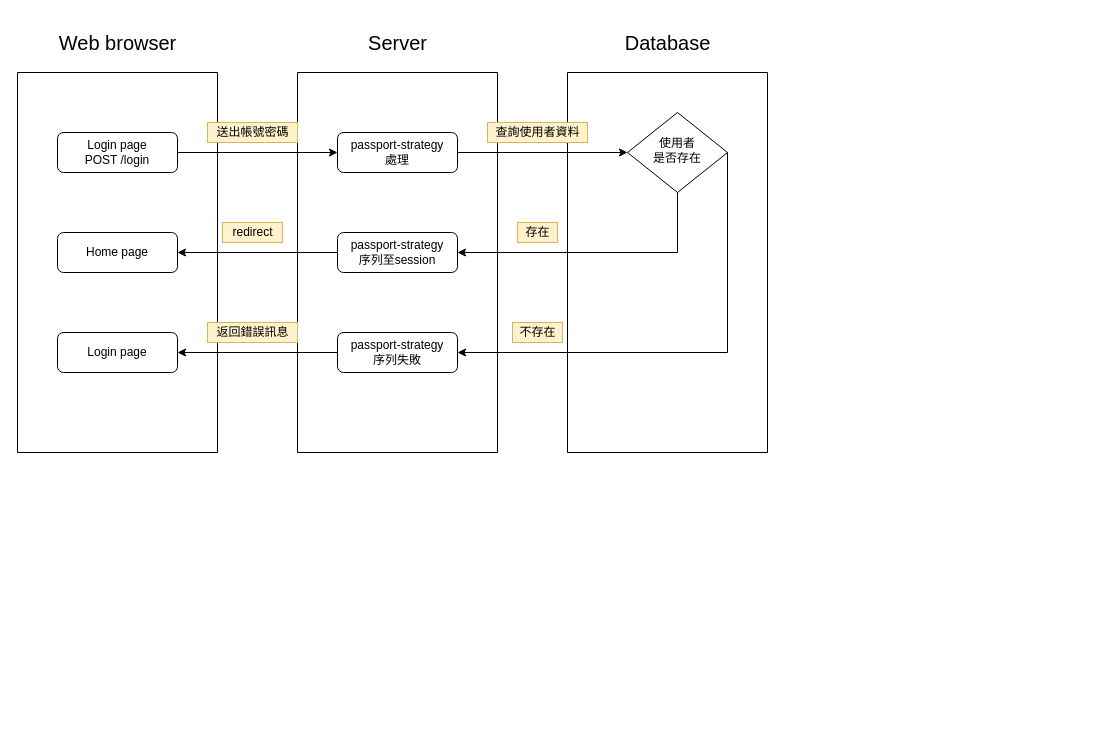
Earlier version of the draw.io diagram login.drawio (z88243310/bins). Source tidied: cells renumbered, new cells numbered last; positions are measured from the earlier drawing's top-left corner, leaving out a move shared by most shapes. Both pictures are drawn from the tidied source at 100%, with x=0, y=0 at pixel (17, 32).
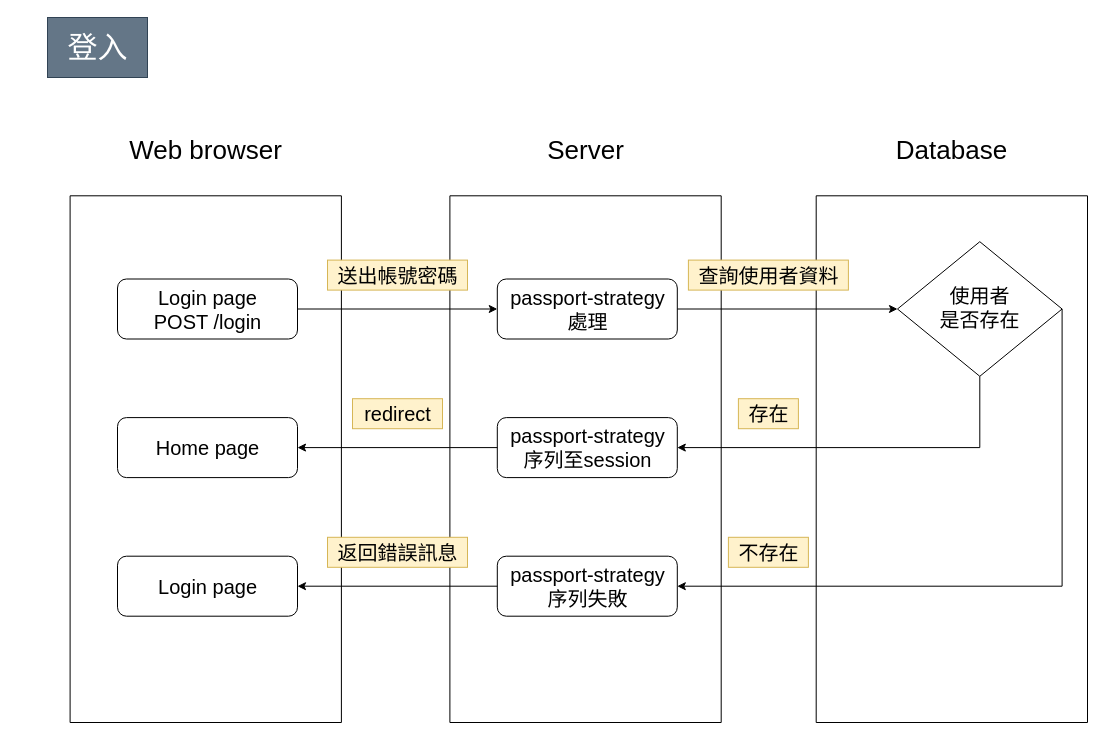
The same page after the edit.

Diff of the diagram source:
```diff
@@
+    <mxCell id="27" style="group;fontFamily=微軟正黑體;fontSize=20;" parent="1" vertex="1">
+      <mxGeometry x="20" y="-10" width="1050" height="700" as="geometry" />
+    </mxCell>
-    <mxCell id="2" style="swimlane;startSize=0;" parent="1" vertex="1">
-      <mxGeometry y="40" width="200" height="380" as="geometry" />
+    <mxCell id="2" style="swimlane;startSize=0;fontFamily=微軟正黑體;fontSize=20;" parent="27" vertex="1">
+      <mxGeometry x="32.6" y="173.3" width="271.3" height="526.7" as="geometry" />
     </mxCell>
-    <mxCell id="3" value="&lt;div&gt;Login page&lt;br&gt;&lt;/div&gt;&lt;div&gt;POST /login&lt;/div&gt;" style="rounded=1;whiteSpace=wrap;html=1;fontSize=12;glass=0;strokeWidth=1;shadow=0;" parent="2" vertex="1">
-      <mxGeometry x="40" y="60" width="120" height="40" as="geometry" />
+    <mxCell id="3" value="&lt;div style=&quot;font-size: 20px;&quot;&gt;Login page&lt;br style=&quot;font-size: 20px;&quot;&gt;&lt;/div&gt;&lt;div style=&quot;font-size: 20px;&quot;&gt;POST /login&lt;/div&gt;" style="rounded=1;html=1;fontSize=20;glass=0;strokeWidth=1;shadow=0;fontFamily=微軟正黑體;spacing=4;" parent="2" vertex="1">
+      <mxGeometry x="47.4" y="83.2" width="180" height="60" as="geometry" />
     </mxCell>
-    <mxCell id="4" value="Home page" style="rounded=1;whiteSpace=wrap;html=1;fontSize=12;glass=0;strokeWidth=1;shadow=0;" parent="2" vertex="1">
-      <mxGeometry x="40" y="160" width="120" height="40" as="geometry" />
+    <mxCell id="4" value="Home page" style="rounded=1;html=1;fontSize=20;glass=0;strokeWidth=1;shadow=0;fontFamily=微軟正黑體;spacing=4;" parent="2" vertex="1">
+      <mxGeometry x="47.4" y="221.8" width="180" height="60" as="geometry" />
     </mxCell>
-    <mxCell id="5" value="Login page" style="rounded=1;whiteSpace=wrap;html=1;fontSize=12;glass=0;strokeWidth=1;shadow=0;" parent="2" vertex="1">
-      <mxGeometry x="40" y="260" width="120" height="40" as="geometry" />
+    <mxCell id="5" value="Login page" style="rounded=1;html=1;fontSize=20;glass=0;strokeWidth=1;shadow=0;fontFamily=微軟正黑體;spacing=4;" parent="2" vertex="1">
+      <mxGeometry x="47.4" y="360.4" width="180" height="60" as="geometry" />
     </mxCell>
-    <mxCell id="6" style="swimlane;startSize=0;" parent="1" vertex="1">
-      <mxGeometry x="280" y="40" width="200" height="380" as="geometry" />
+    <mxCell id="6" style="swimlane;startSize=0;fontFamily=微軟正黑體;fontSize=20;" parent="27" vertex="1">
+      <mxGeometry x="412.4" y="173.3" width="271.3" height="526.7" as="geometry" />
     </mxCell>
-    <mxCell id="7" value="&lt;div&gt;passport-strategy&lt;/div&gt;&lt;div&gt;處理&lt;/div&gt;" style="rounded=1;whiteSpace=wrap;html=1;fontSize=12;glass=0;strokeWidth=1;shadow=0;" parent="6" vertex="1">
-      <mxGeometry x="40" y="60" width="120" height="40" as="geometry" />
+    <mxCell id="7" value="&lt;div style=&quot;font-size: 20px;&quot;&gt;passport-strategy&lt;/div&gt;&lt;div style=&quot;font-size: 20px;&quot;&gt;處理&lt;/div&gt;" style="rounded=1;html=1;fontSize=20;glass=0;strokeWidth=1;shadow=0;fontFamily=微軟正黑體;spacing=4;" parent="6" vertex="1">
+      <mxGeometry x="47.4" y="83.2" width="180" height="60" as="geometry" />
     </mxCell>
-    <mxCell id="8" value="&lt;div&gt;passport-strategy&lt;/div&gt;&lt;div&gt;序列至session&lt;br&gt;&lt;/div&gt;" style="rounded=1;whiteSpace=wrap;html=1;fontSize=12;glass=0;strokeWidth=1;shadow=0;" parent="6" vertex="1">
-      <mxGeometry x="40" y="160" width="120" height="40" as="geometry" />
+    <mxCell id="8" value="&lt;div style=&quot;font-size: 20px;&quot;&gt;passport-strategy&lt;/div&gt;&lt;div style=&quot;font-size: 20px;&quot;&gt;序列至session&lt;br style=&quot;font-size: 20px;&quot;&gt;&lt;/div&gt;" style="rounded=1;html=1;fontSize=20;glass=0;strokeWidth=1;shadow=0;fontFamily=微軟正黑體;spacing=4;" parent="6" vertex="1">
+      <mxGeometry x="47.4" y="221.8" width="180" height="60" as="geometry" />
     </mxCell>
-    <mxCell id="9" value="&lt;div&gt;passport-strategy&lt;/div&gt;&lt;div&gt;序列失敗&lt;br&gt;&lt;/div&gt;" style="rounded=1;whiteSpace=wrap;html=1;fontSize=12;glass=0;strokeWidth=1;shadow=0;" parent="6" vertex="1">
-      <mxGeometry x="40" y="260" width="120" height="40" as="geometry" />
+    <mxCell id="9" value="&lt;div style=&quot;font-size: 20px;&quot;&gt;passport-strategy&lt;/div&gt;&lt;div style=&quot;font-size: 20px;&quot;&gt;序列失敗&lt;br style=&quot;font-size: 20px;&quot;&gt;&lt;/div&gt;" style="rounded=1;html=1;fontSize=20;glass=0;strokeWidth=1;shadow=0;fontFamily=微軟正黑體;spacing=4;" parent="6" vertex="1">
+      <mxGeometry x="47.4" y="360.4" width="180" height="60" as="geometry" />
     </mxCell>
-    <mxCell id="10" style="swimlane;startSize=0;" parent="1" vertex="1">
-      <mxGeometry x="550" y="40" width="200" height="380" as="geometry" />
+    <mxCell id="10" style="swimlane;startSize=0;fontFamily=微軟正黑體;fontSize=20;" parent="27" vertex="1">
+      <mxGeometry x="778.7" y="173.3" width="271.3" height="526.7" as="geometry" />
     </mxCell>
-    <mxCell id="11" value="&lt;div&gt;使用者&lt;/div&gt;&lt;div&gt;是否存在&lt;/div&gt;" style="rhombus;whiteSpace=wrap;html=1;shadow=0;fontFamily=Helvetica;fontSize=12;align=center;strokeWidth=1;spacing=6;spacingTop=-4;" parent="10" vertex="1">
-      <mxGeometry x="60" y="40" width="100" height="80" as="geometry" />
+    <mxCell id="11" value="使用者&lt;br style=&quot;font-size: 20px;&quot;&gt;是否存在" style="rhombus;whiteSpace=wrap;shadow=0;fontFamily=微軟正黑體;fontSize=20;align=center;strokeWidth=1;spacing=6;spacingTop=-4;html=1;" parent="10" vertex="1">
+      <mxGeometry x="81.3" y="45.9" width="164.6" height="134.6" as="geometry" />
     </mxCell>
-    <mxCell id="12" style="edgeStyle=orthogonalEdgeStyle;rounded=0;jettySize=auto;html=1;entryX=0;entryY=0.5;entryDx=0;entryDy=0;" parent="1" edge="1" source="3" target="7">
+    <mxCell id="12" style="edgeStyle=orthogonalEdgeStyle;rounded=0;jettySize=auto;html=1;entryX=0;entryY=0.5;entryDx=0;entryDy=0;fontSize=20;fontFamily=微軟正黑體;" parent="27" edge="1" source="3" target="7">
       <mxGeometry relative="1" as="geometry" />
     </mxCell>
-    <mxCell id="13" value="送出帳號密碼" style="text;html=1;align=center;verticalAlign=middle;strokeColor=#d6b656;fillColor=#fff2cc;" parent="1" vertex="1">
-      <mxGeometry x="190" y="90" width="90" height="20" as="geometry" />
+    <mxCell id="13" value="送出帳號密碼" style="text;html=1;align=center;verticalAlign=middle;strokeColor=#d6b656;fillColor=#fff2cc;fontSize=20;fontFamily=微軟正黑體;" parent="27" vertex="1">
+      <mxGeometry x="290" y="237.6" width="140" height="30" as="geometry" />
     </mxCell>
-    <mxCell id="14" value="查詢使用者資料" style="text;html=1;align=center;verticalAlign=middle;strokeColor=#d6b656;fillColor=#fff2cc;" parent="1" vertex="1">
-      <mxGeometry x="470" y="90" width="100" height="20" as="geometry" />
+    <mxCell id="14" value="查詢使用者資料" style="text;html=1;align=center;verticalAlign=middle;strokeColor=#d6b656;fillColor=#fff2cc;fontSize=20;fontFamily=微軟正黑體;" parent="27" vertex="1">
+      <mxGeometry x="650.9" y="237.6" width="160" height="30" as="geometry" />
     </mxCell>
-    <mxCell id="15" style="edgeStyle=orthogonalEdgeStyle;rounded=0;jettySize=auto;html=1;entryX=0;entryY=0.5;entryDx=0;entryDy=0;" parent="1" edge="1" source="7" target="11">
+    <mxCell id="15" style="edgeStyle=orthogonalEdgeStyle;rounded=0;jettySize=auto;html=1;entryX=0;entryY=0.5;entryDx=0;entryDy=0;fontSize=20;fontFamily=微軟正黑體;" parent="27" edge="1" source="7" target="11">
       <mxGeometry relative="1" as="geometry" />
     </mxCell>
-    <mxCell id="16" style="edgeStyle=orthogonalEdgeStyle;rounded=0;jettySize=auto;html=1;entryX=1;entryY=0.5;entryDx=0;entryDy=0;" parent="1" edge="1" source="11" target="8">
+    <mxCell id="16" style="edgeStyle=orthogonalEdgeStyle;rounded=0;jettySize=auto;html=1;fontSize=20;fontFamily=微軟正黑體;exitX=0.5;exitY=1;exitDx=0;exitDy=0;entryX=1;entryY=0.5;entryDx=0;entryDy=0;" parent="27" edge="1" source="11" target="8">
       <mxGeometry relative="1" as="geometry">
         <Array as="points">
-          <mxPoint x="660" y="220" />
+          <mxPoint x="942" y="425" />
         </Array>
       </mxGeometry>
     </mxCell>
-    <mxCell id="17" value="存在" style="text;html=1;align=center;verticalAlign=middle;strokeColor=#d6b656;fillColor=#fff2cc;" parent="1" vertex="1">
-      <mxGeometry x="500" y="190" width="40" height="20" as="geometry" />
+    <mxCell id="17" value="存在" style="text;html=1;align=center;verticalAlign=middle;strokeColor=#d6b656;fillColor=#fff2cc;fontSize=20;fontFamily=微軟正黑體;" parent="27" vertex="1">
+      <mxGeometry x="700.9" y="376.2" width="60" height="30" as="geometry" />
     </mxCell>
-    <mxCell id="18" value="&lt;font style=&quot;font-size: 20px&quot;&gt;Web browser&lt;/font&gt;" style="text;html=1;align=center;verticalAlign=middle;" parent="1" vertex="1">
-      <mxGeometry x="35" width="130" height="20" as="geometry" />
+    <mxCell id="18" value="&lt;font style=&quot;font-size: 26px;&quot;&gt;Web browser&lt;/font&gt;" style="text;html=1;align=center;verticalAlign=middle;fontSize=26;fontFamily=微軟正黑體;" parent="27" vertex="1">
+      <mxGeometry x="78.2" y="107.8" width="180" height="40" as="geometry" />
     </mxCell>
-    <mxCell id="19" value="&lt;font style=&quot;font-size: 20px&quot;&gt;Server&lt;/font&gt;" style="text;html=1;align=center;verticalAlign=middle;" parent="1" vertex="1">
-      <mxGeometry x="345" width="70" height="20" as="geometry" />
+    <mxCell id="19" value="&lt;font style=&quot;font-size: 26px;&quot;&gt;Server&lt;/font&gt;" style="text;html=1;align=center;verticalAlign=middle;fontSize=26;fontFamily=微軟正黑體;" parent="27" vertex="1">
+      <mxGeometry x="503.1" y="107.8" width="90" height="40" as="geometry" />
     </mxCell>
-    <mxCell id="20" value="&lt;font style=&quot;font-size: 20px&quot;&gt;Database&lt;/font&gt;" style="text;html=1;align=center;verticalAlign=middle;" parent="1" vertex="1">
-      <mxGeometry x="600" width="100" height="20" as="geometry" />
+    <mxCell id="20" value="&lt;font style=&quot;font-size: 26px;&quot;&gt;Database&lt;/font&gt;" style="text;html=1;align=center;verticalAlign=middle;fontSize=26;fontFamily=微軟正黑體;" parent="27" vertex="1">
+      <mxGeometry x="849.3" y="107.8" width="130" height="40" as="geometry" />
     </mxCell>
-    <mxCell id="21" style="edgeStyle=orthogonalEdgeStyle;rounded=0;jettySize=auto;html=1;entryX=1;entryY=0.5;entryDx=0;entryDy=0;fontSize=20;" parent="1" edge="1" source="8" target="4">
+    <mxCell id="21" style="edgeStyle=orthogonalEdgeStyle;rounded=0;jettySize=auto;html=1;entryX=1;entryY=0.5;entryDx=0;entryDy=0;fontSize=20;fontFamily=微軟正黑體;" parent="27" edge="1" source="8" target="4">
       <mxGeometry relative="1" as="geometry" />
     </mxCell>
-    <mxCell id="22" value="redirect" style="text;html=1;align=center;verticalAlign=middle;strokeColor=#d6b656;fillColor=#fff2cc;" parent="1" vertex="1">
-      <mxGeometry x="205" y="190" width="60" height="20" as="geometry" />
+    <mxCell id="22" value="redirect" style="text;html=1;align=center;verticalAlign=middle;strokeColor=#d6b656;fillColor=#fff2cc;fontSize=20;fontFamily=微軟正黑體;" parent="27" vertex="1">
+      <mxGeometry x="315" y="376.2" width="90" height="30" as="geometry" />
     </mxCell>
-    <mxCell id="23" style="edgeStyle=orthogonalEdgeStyle;rounded=0;jettySize=auto;html=1;exitX=1;exitY=0.5;exitDx=0;exitDy=0;fontSize=20;entryX=1;entryY=0.5;entryDx=0;entryDy=0;" parent="1" edge="1" source="11" target="9">
+    <mxCell id="23" style="edgeStyle=orthogonalEdgeStyle;rounded=0;jettySize=auto;html=1;exitX=1;exitY=0.5;exitDx=0;exitDy=0;fontSize=20;entryX=1;entryY=0.5;entryDx=0;entryDy=0;fontFamily=微軟正黑體;" parent="27" edge="1" source="11" target="9">
       <mxGeometry relative="1" as="geometry">
         <Array as="points">
-          <mxPoint x="710" y="320" />
+          <mxPoint x="1025" y="564" />
         </Array>
       </mxGeometry>
     </mxCell>
-    <mxCell id="24" value="不存在" style="text;html=1;align=center;verticalAlign=middle;strokeColor=#d6b656;fillColor=#fff2cc;" parent="1" vertex="1">
-      <mxGeometry x="495" y="290" width="50" height="20" as="geometry" />
+    <mxCell id="24" value="不存在" style="text;html=1;align=center;verticalAlign=middle;strokeColor=#d6b656;fillColor=#fff2cc;fontSize=20;fontFamily=微軟正黑體;" parent="27" vertex="1">
+      <mxGeometry x="690.9" y="514.8" width="80" height="30" as="geometry" />
     </mxCell>
-    <mxCell id="25" style="edgeStyle=orthogonalEdgeStyle;rounded=0;jettySize=auto;html=1;entryX=1;entryY=0.5;entryDx=0;entryDy=0;fontSize=20;exitX=0;exitY=0.5;exitDx=0;exitDy=0;" parent="1" edge="1" source="9" target="5">
+    <mxCell id="25" style="edgeStyle=orthogonalEdgeStyle;rounded=0;jettySize=auto;html=1;entryX=1;entryY=0.5;entryDx=0;entryDy=0;fontSize=20;exitX=0;exitY=0.5;exitDx=0;exitDy=0;fontFamily=微軟正黑體;" parent="27" edge="1" source="9" target="5">
       <mxGeometry relative="1" as="geometry" />
     </mxCell>
-    <mxCell id="26" value="返回錯誤訊息" style="text;html=1;align=center;verticalAlign=middle;strokeColor=#d6b656;fillColor=#fff2cc;" parent="1" vertex="1">
-      <mxGeometry x="190" y="290" width="90" height="20" as="geometry" />
+    <mxCell id="26" value="返回錯誤訊息" style="text;html=1;align=center;verticalAlign=middle;strokeColor=#d6b656;fillColor=#fff2cc;fontSize=20;fontFamily=微軟正黑體;" parent="27" vertex="1">
+      <mxGeometry x="290" y="514.8" width="140" height="30" as="geometry" />
     </mxCell>
+    <mxCell id="28" value="&lt;div style=&quot;font-size: 30px;&quot;&gt;&lt;font style=&quot;font-size: 30px;&quot;&gt;登入&lt;/font&gt;&lt;/div&gt;" style="text;html=1;align=center;verticalAlign=middle;fillColor=#647687;strokeColor=#314354;spacing=8;spacingBottom=2;spacingTop=2;fontColor=#ffffff;spacingLeft=4;spacingRight=4;fontFamily=微軟正黑體;fontSize=30;" parent="27" vertex="1">
+      <mxGeometry x="10" y="-5" width="100" height="60" as="geometry" />
+    </mxCell>
```
